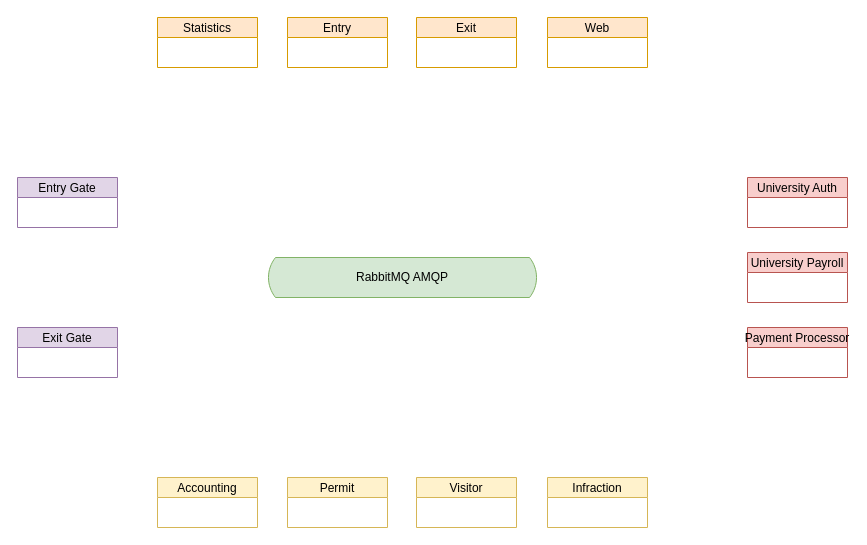
The draw.io diagram dfd.drawio in harwoodr/drawio, before the edit. Source tidied: cells renumbered, new cells numbered last; positions are measured from the earlier drawing's top-left corner, leaving out a move shared by most shapes. Both pictures are drawn from the tidied source at 100%, with x=0, y=0 at pixel (17, 17).
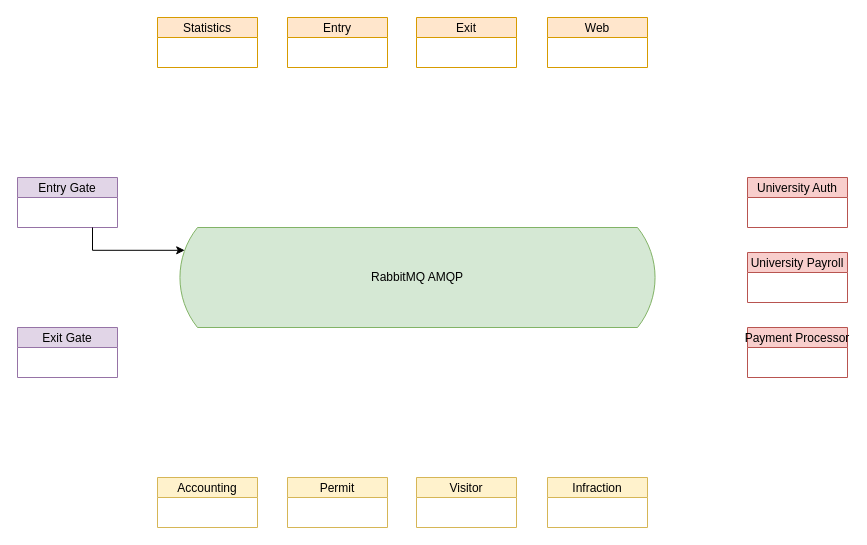
The same diagram, later.

What changed in the source:
```diff
@@
 <mxGraphModel>
   <root>
     <mxCell id="0" />
     <mxCell id="1" parent="0" />
     <mxCell id="2" value="Entry" style="swimlane;fontStyle=0;horizontal=1;startSize=20;fillColor=#ffe6cc;swimlaneFillColor=#ffffff;strokeColor=#d79b00;" parent="1" vertex="1">
       <mxGeometry x="270" width="100" height="50" as="geometry" />
     </mxCell>
     <mxCell id="3" value="Exit" style="swimlane;fontStyle=0;horizontal=1;startSize=20;fillColor=#ffe6cc;swimlaneFillColor=#ffffff;strokeColor=#d79b00;" parent="1" vertex="1">
       <mxGeometry x="399" width="100" height="50" as="geometry" />
     </mxCell>
     <mxCell id="4" value="Infraction" style="swimlane;fontStyle=0;horizontal=1;startSize=20;fillColor=#fff2cc;swimlaneFillColor=#ffffff;strokeColor=#d6b656;" parent="1" vertex="1">
       <mxGeometry x="530" y="460" width="100" height="50" as="geometry" />
     </mxCell>
     <mxCell id="5" value="Statistics" style="swimlane;fontStyle=0;horizontal=1;startSize=20;fillColor=#ffe6cc;swimlaneFillColor=#ffffff;strokeColor=#d79b00;" parent="1" vertex="1">
       <mxGeometry x="140" width="100" height="50" as="geometry" />
     </mxCell>
     <mxCell id="6" value="Permit" style="swimlane;fontStyle=0;horizontal=1;startSize=20;fillColor=#fff2cc;swimlaneFillColor=#ffffff;strokeColor=#d6b656;" parent="1" vertex="1">
       <mxGeometry x="270" y="460" width="100" height="50" as="geometry" />
     </mxCell>
     <mxCell id="7" value="Visitor" style="swimlane;fontStyle=0;horizontal=1;startSize=20;fillColor=#fff2cc;swimlaneFillColor=#ffffff;strokeColor=#d6b656;" parent="1" vertex="1">
       <mxGeometry x="399" y="460" width="100" height="50" as="geometry" />
     </mxCell>
     <mxCell id="8" value="Accounting" style="swimlane;fontStyle=0;horizontal=1;startSize=20;fillColor=#fff2cc;swimlaneFillColor=#ffffff;strokeColor=#d6b656;" parent="1" vertex="1">
       <mxGeometry x="140" y="460" width="100" height="50" as="geometry" />
     </mxCell>
     <mxCell id="9" value="Web" style="swimlane;fontStyle=0;horizontal=1;startSize=20;fillColor=#ffe6cc;swimlaneFillColor=#ffffff;strokeColor=#d79b00;" parent="1" vertex="1">
       <mxGeometry x="530" width="100" height="50" as="geometry" />
     </mxCell>
     <mxCell id="10" value="University Auth" style="swimlane;fontStyle=0;horizontal=1;startSize=20;fillColor=#f8cecc;swimlaneFillColor=#ffffff;strokeColor=#b85450;" parent="1" vertex="1">
       <mxGeometry x="730" y="160" width="100" height="50" as="geometry" />
     </mxCell>
     <mxCell id="11" value="University Payroll" style="swimlane;fontStyle=0;horizontal=1;startSize=20;fillColor=#f8cecc;swimlaneFillColor=#ffffff;strokeColor=#b85450;" parent="1" vertex="1">
       <mxGeometry x="730" y="235" width="100" height="50" as="geometry" />
     </mxCell>
     <mxCell id="12" value="Payment Processor" style="swimlane;fontStyle=0;horizontal=1;startSize=20;fillColor=#f8cecc;swimlaneFillColor=#ffffff;strokeColor=#b85450;" parent="1" vertex="1">
       <mxGeometry x="730" y="310" width="100" height="50" as="geometry" />
     </mxCell>
     <mxCell id="13" value="Entry Gate" style="swimlane;fontStyle=0;horizontal=1;startSize=20;fillColor=#e1d5e7;swimlaneFillColor=#ffffff;shadow=0;strokeColor=#9673a6;" parent="1" vertex="1">
       <mxGeometry y="160" width="100" height="50" as="geometry" />
     </mxCell>
     <mxCell id="14" value="Exit Gate" style="swimlane;fontStyle=0;horizontal=1;startSize=20;fillColor=#e1d5e7;swimlaneFillColor=#ffffff;strokeColor=#9673a6;" parent="1" vertex="1">
       <mxGeometry y="310" width="100" height="50" as="geometry" />
     </mxCell>
     <mxCell id="15" value="RabbitMQ AMQP" style="html=1;dashed=0;whiteSpace=wrap;shape=mxgraph.dfd.loop;fillColor=#d5e8d4;strokeColor=#82b366;" parent="1" vertex="1">
-      <mxGeometry x="250" y="240" width="270" height="40" as="geometry" />
+      <mxGeometry x="160" y="210" width="480" height="100" as="geometry" />
     </mxCell>
+    <mxCell id="16" style="edgeStyle=orthogonalEdgeStyle;rounded=0;jettySize=auto;html=1;exitX=0.75;exitY=1;exitDx=0;exitDy=0;entryX=0.015;entryY=0.228;entryDx=0;entryDy=0;entryPerimeter=0;" parent="1" edge="1" source="13" target="15">
+      <mxGeometry relative="1" as="geometry" />
+    </mxCell>
   </root>
 </mxGraphModel>
```
